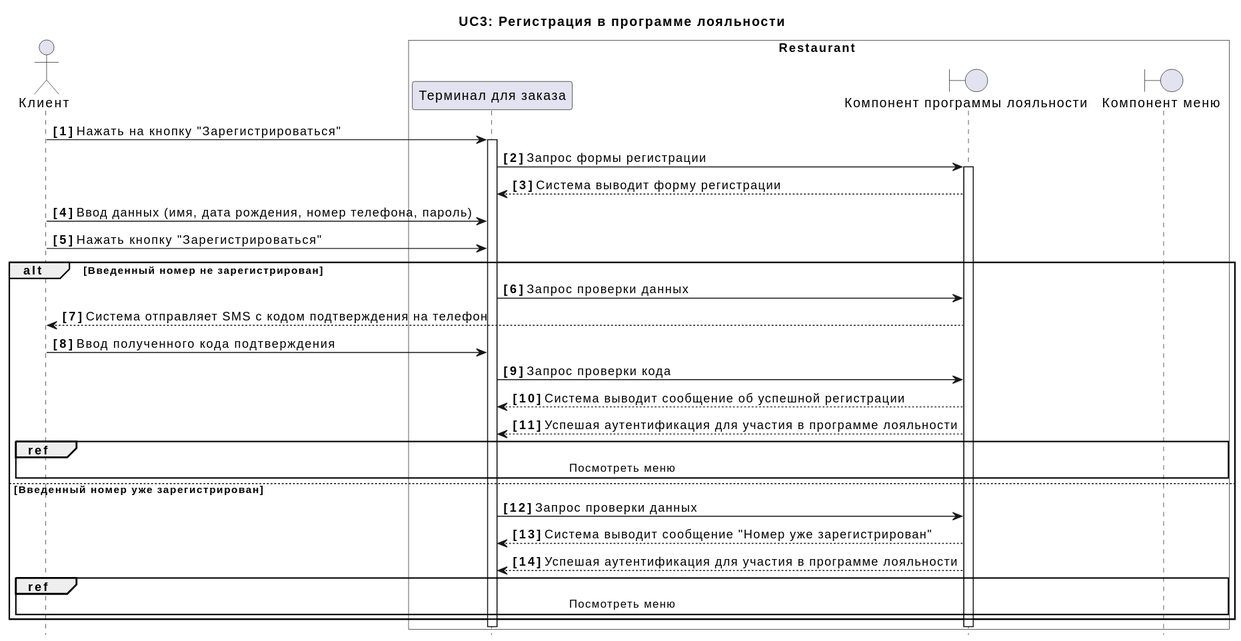
xxx996/OTUS_Restaraunt keeps this PlantUML diagram as docs/diagrams/include/UC3.svg. Above is the earlier version.
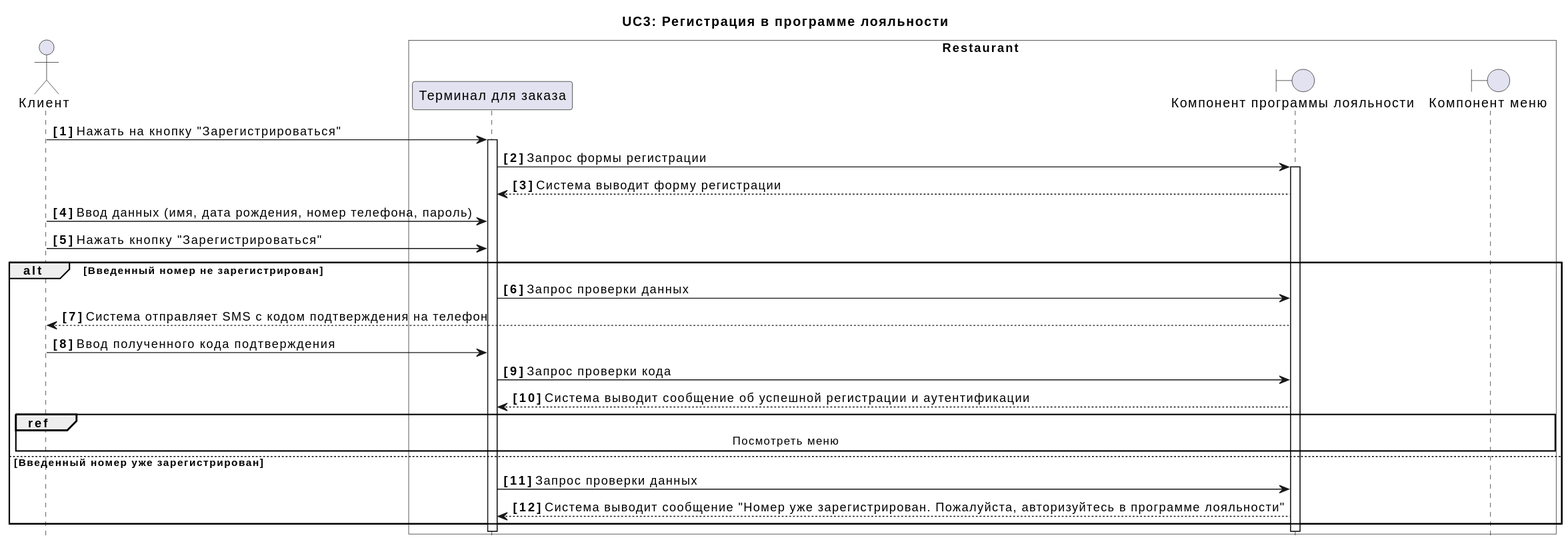
After the commit.

What changed in the source:
```diff
@@ -24,16 +24,14 @@
 L --> C:  Система отправляет SMS с кодом подтверждения на телефон
 C -> A:  Ввод полученного кода подтверждения
 A -> L:  Запрос проверки кода
-L --> A:  Система выводит сообщение об успешной регистрации
-L --> A:  Успешая аутентификация для участия в программе лояльности
+L --> A:  Система выводит сообщение об успешной регистрации и аутентификации
 ref over C, F:  Посмотреть меню
 
 else Введенный номер уже зарегистрирован
 
 A -> L:  Запрос проверки данных
-L --> A:  Система выводит сообщение "Номер уже зарегистрирован"
-L --> A:  Успешая аутентификация для участия в программе лояльности
-ref over C, F:  Посмотреть меню
+L --> A:  Система выводит сообщение "Номер уже зарегистрирован. Пожалуйста, авторизуйтесь в программе лояльности"
+
 
 
 end
```
